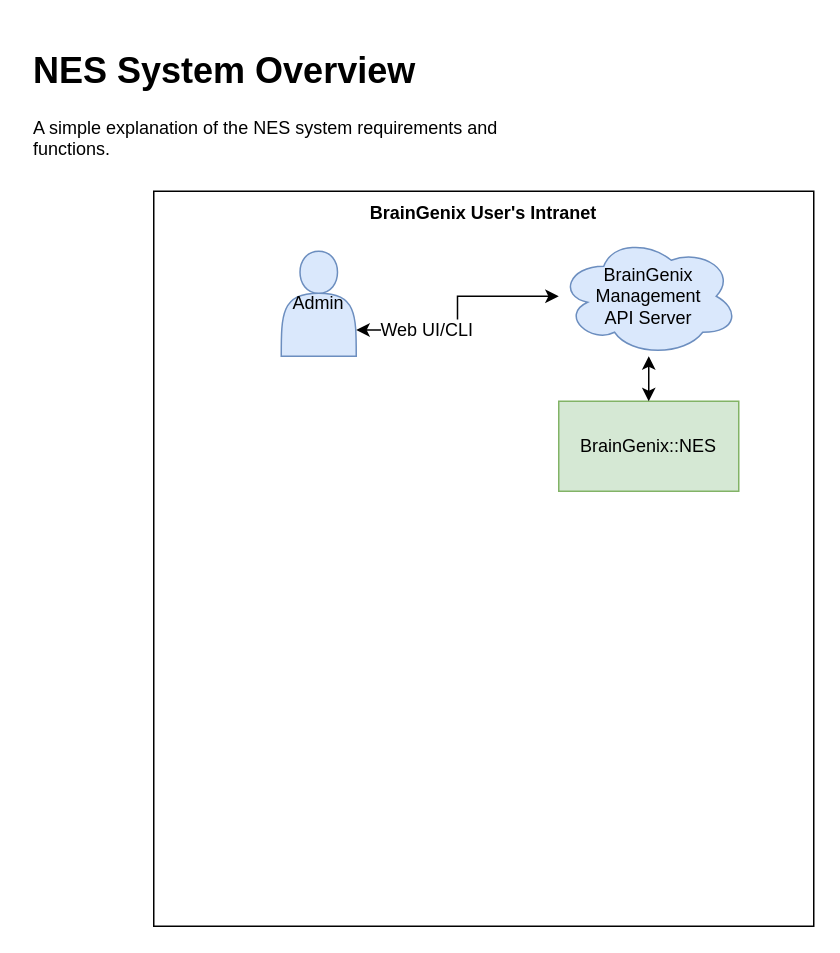
Above: page "System Overview" (1 of 2) of Docs/BrainGenix-NES.drawio in carboncopies/BrainGenix-NES (draw.io), before the change. Source tidied: cells renumbered, new cells numbered last; positions are measured from the earlier drawing's top-left corner, leaving out a move shared by most shapes. Both pictures are drawn from the tidied source at 150%, with x=0, y=0 at pixel (26, 40).
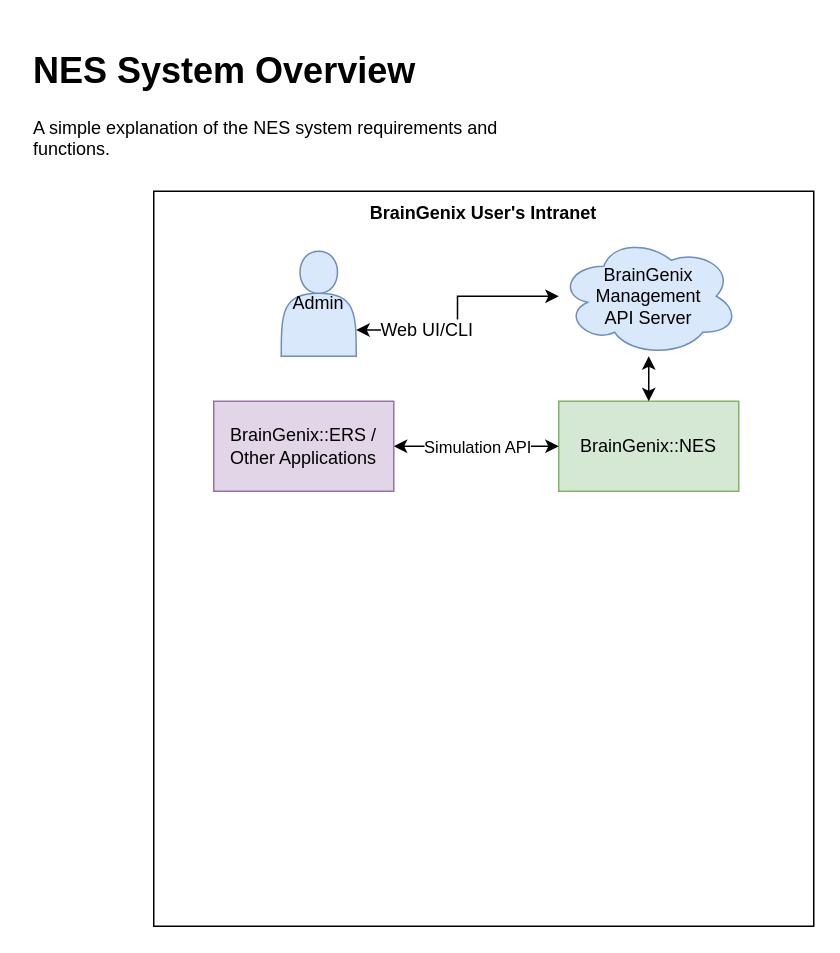
The same page after the edit.

Commit message:
Add Other Applications To Diagram

What changed in the source:
```diff
@@
 <mxGraphModel>
   <root>
     <mxCell id="0" />
     <mxCell id="1" parent="0" />
     <mxCell id="2" value="&lt;h1&gt;NES System Overview&lt;br&gt;&lt;/h1&gt;&lt;div&gt;A simple explanation of the NES system requirements and functions.&lt;br&gt;&lt;/div&gt;&lt;div&gt;&lt;br&gt;&lt;/div&gt;&lt;div&gt;&lt;br&gt;&lt;/div&gt;&lt;p&gt;&lt;br&gt;&lt;/p&gt;" style="text;html=1;strokeColor=none;fillColor=none;spacing=5;spacingTop=-20;whiteSpace=wrap;overflow=hidden;rounded=0;" parent="1" vertex="1">
       <mxGeometry width="370" height="150" as="geometry" />
     </mxCell>
     <mxCell id="3" style="rounded=0;whiteSpace=wrap;html=1;fontSize=12;glass=0;sketch=0;shadow=0;" parent="1" vertex="1">
       <mxGeometry x="85" y="100" width="440" height="490" as="geometry" />
     </mxCell>
     <mxCell id="4" value="&lt;div&gt;&lt;b&gt;BrainGenix User's Intranet&lt;/b&gt;&lt;/div&gt;" style="text;html=1;strokeColor=none;fillColor=none;align=center;verticalAlign=middle;whiteSpace=wrap;rounded=0;fontSize=12;" parent="1" vertex="1">
       <mxGeometry x="85" y="100" width="440" height="30" as="geometry" />
     </mxCell>
     <mxCell id="5" value="BrainGenix::NES" style="rounded=0;whiteSpace=wrap;html=1;fontSize=12;fillColor=#d5e8d4;strokeColor=#82b366;" parent="1" vertex="1">
       <mxGeometry x="355" y="240" width="120" height="60" as="geometry" />
     </mxCell>
     <mxCell id="6" value="Admin" style="shape=actor;whiteSpace=wrap;html=1;fontSize=12;fillColor=#dae8fc;strokeColor=#6c8ebf;" parent="1" vertex="1">
       <mxGeometry x="170" y="140" width="50" height="70" as="geometry" />
     </mxCell>
     <mxCell id="7" style="edgeStyle=orthogonalEdgeStyle;rounded=0;jettySize=auto;html=1;entryX=1;entryY=0.75;entryDx=0;entryDy=0;fontSize=12;startArrow=classic;startFill=1;" parent="1" edge="1" source="10" target="6">
       <mxGeometry relative="1" as="geometry" />
     </mxCell>
     <mxCell id="8" value="Web UI/CLI" style="edgeLabel;html=1;align=center;verticalAlign=middle;fontSize=12;" parent="7" vertex="1">
       <mxGeometry x="0.41" relative="1" as="geometry" />
     </mxCell>
     <mxCell id="9" style="edgeStyle=orthogonalEdgeStyle;rounded=0;jettySize=auto;html=1;startArrow=classic;startFill=1;" parent="1" edge="1" source="10" target="5">
       <mxGeometry relative="1" as="geometry" />
     </mxCell>
     <mxCell id="10" value="&lt;div&gt;BrainGenix&lt;/div&gt;&lt;div&gt;Management &lt;br&gt;&lt;/div&gt;&lt;div&gt;API Server&lt;br&gt;&lt;/div&gt;" style="ellipse;shape=cloud;whiteSpace=wrap;html=1;fontSize=12;fillColor=#dae8fc;strokeColor=#6c8ebf;" parent="1" vertex="1">
       <mxGeometry x="355" y="130" width="120" height="80" as="geometry" />
     </mxCell>
+    <mxCell id="11" style="edgeStyle=orthogonalEdgeStyle;rounded=0;jettySize=auto;html=1;startArrow=classic;startFill=1;" parent="1" edge="1" source="13" target="5">
+      <mxGeometry relative="1" as="geometry" />
+    </mxCell>
+    <mxCell id="12" value="Simulation API" style="edgeLabel;html=1;align=center;verticalAlign=middle;" parent="11" vertex="1">
+      <mxGeometry x="-0.22" y="1" relative="1" as="geometry">
+        <mxPoint x="12" y="1" as="offset" />
+      </mxGeometry>
+    </mxCell>
+    <mxCell id="13" value="&lt;div&gt;BrainGenix::ERS / Other Applications&lt;br&gt;&lt;/div&gt;" style="rounded=0;whiteSpace=wrap;html=1;fillColor=#e1d5e7;strokeColor=#9673a6;" parent="1" vertex="1">
+      <mxGeometry x="125" y="240" width="120" height="60" as="geometry" />
+    </mxCell>
   </root>
 </mxGraphModel>
```
